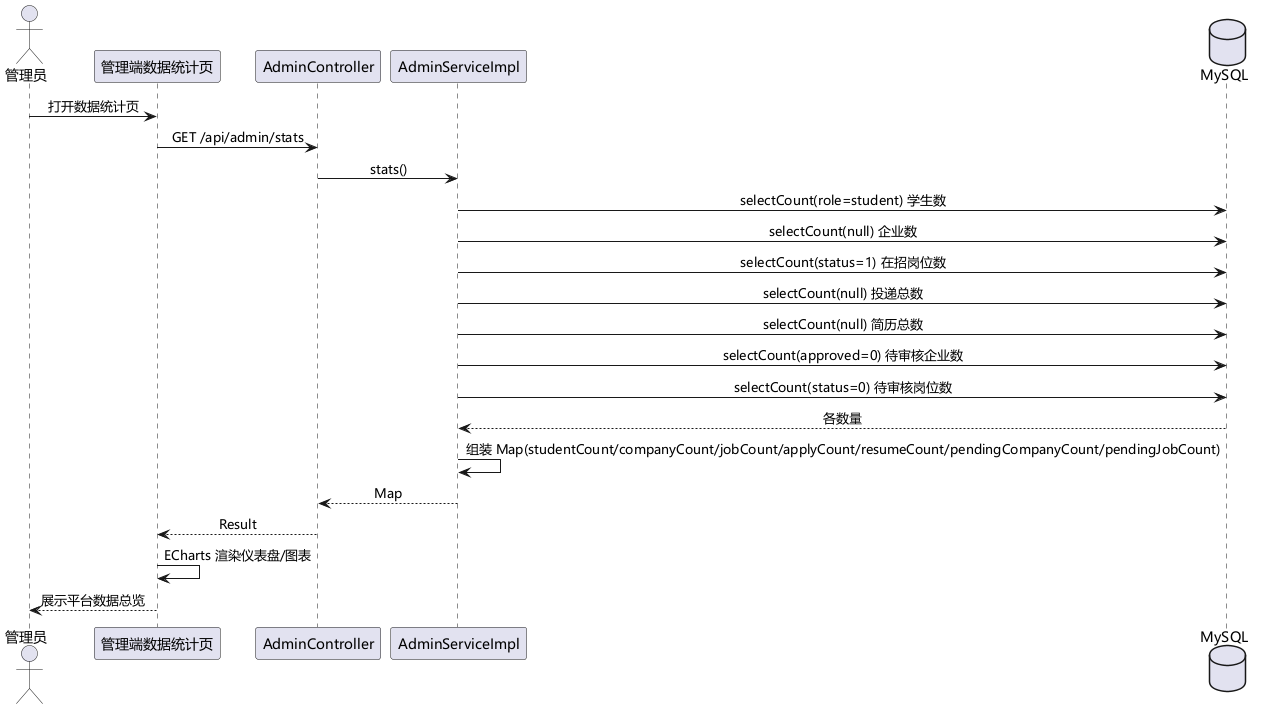
The PlantUML diagram uml/png/李嘉文/数据统计时序图.png in sheep7-bot/recruit-internship-system, before a commit.
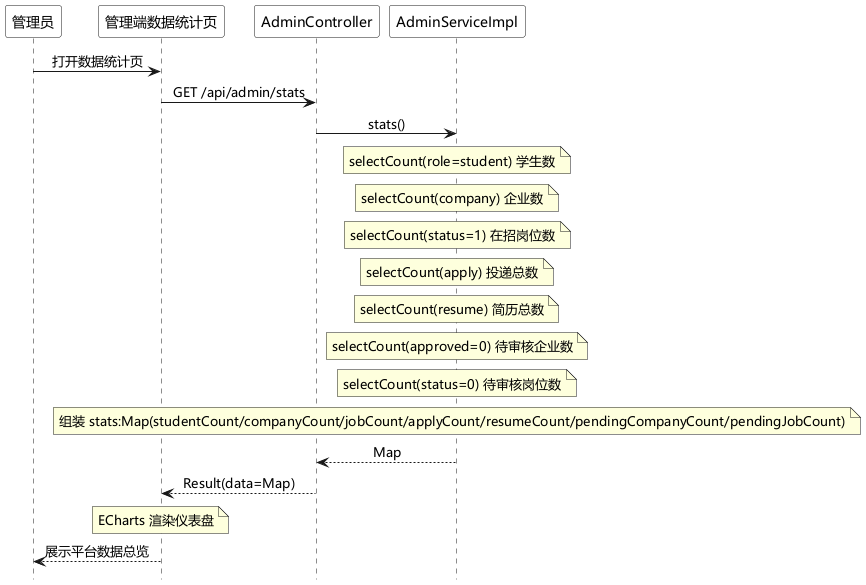
After the change.

The edit, as a diff of the source:
```diff
@@ -1,27 +1,53 @@
 @startuml 数据统计时序图
 skinparam defaultFontName "Microsoft YaHei"
+hide footbox
+<style>
+participant {
+  FontColor white
+  BorderColor white
+  BackgroundColor white
+}
+sequenceDiagram {
+  FontColor black
+}
+</style>
 skinparam sequenceMessageAlign center
-
-actor "管理员" as admin
+participant "管理员" as admin
 participant "管理端数据统计页" as web
 participant "AdminController" as ctl
 participant "AdminServiceImpl" as svc
-database "MySQL" as db
-
 admin -> web : 打开数据统计页
 web -> ctl : GET /api/admin/stats
 ctl -> svc : stats()
-svc -> db : selectCount(role=student) 学生数
-svc -> db : selectCount(null) 企业数
-svc -> db : selectCount(status=1) 在招岗位数
-svc -> db : selectCount(null) 投递总数
-svc -> db : selectCount(null) 简历总数
-svc -> db : selectCount(approved=0) 待审核企业数
-svc -> db : selectCount(status=0) 待审核岗位数
-db --> svc : 各数量
-svc -> svc : 组装 Map(studentCount/companyCount/jobCount/applyCount/resumeCount/pendingCompanyCount/pendingJobCount)
+note over svc
+  selectCount(role=student) 学生数
+end note
+note over svc
+  selectCount(company) 企业数
+end note
+note over svc
+  selectCount(status=1) 在招岗位数
+end note
+note over svc
+  selectCount(apply) 投递总数
+end note
+note over svc
+  selectCount(resume) 简历总数
+end note
+note over svc
+  selectCount(approved=0) 待审核企业数
+end note
+note over svc
+  selectCount(status=0) 待审核岗位数
+end note
+note over svc
+  组装 stats:Map(studentCount/companyCount/jobCount/applyCount/resumeCount/pendingCompanyCount/pendingJobCount)
+end note
 svc --> ctl : Map
-ctl --> web : Result
-web -> web : ECharts 渲染仪表盘/图表
+ctl --> web : Result(data=Map)
+note over web
+  ECharts 渲染仪表盘
+end note
 web --> admin : 展示平台数据总览
+
 @enduml
```
